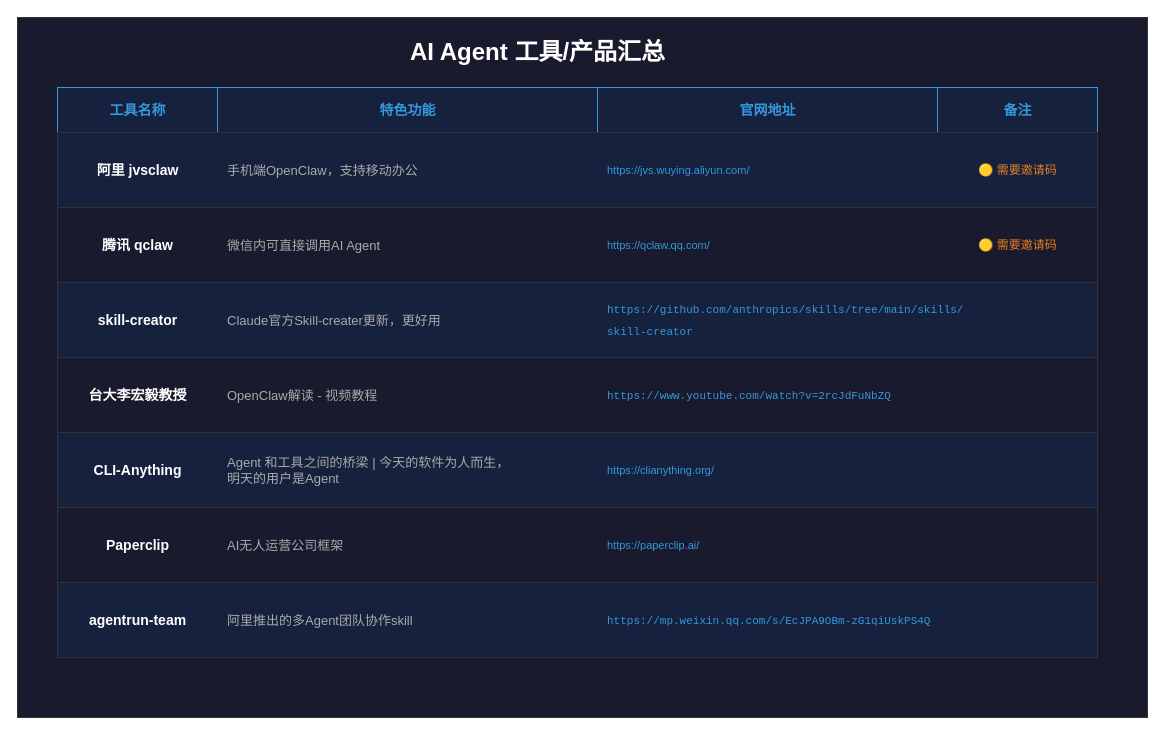
Above: .opencode/skills/xml-diagram/templates/analysis/decision-matrix.drawio in BeWaterMyFriend7/SKILL-PROJECT (draw.io), before the change. Source tidied: cells renumbered, new cells numbered last; positions are measured from the earlier drawing's top-left corner, leaving out a move shared by most shapes. Both pictures are drawn from the tidied source at 100%, with x=0, y=0 at pixel (17, 17).
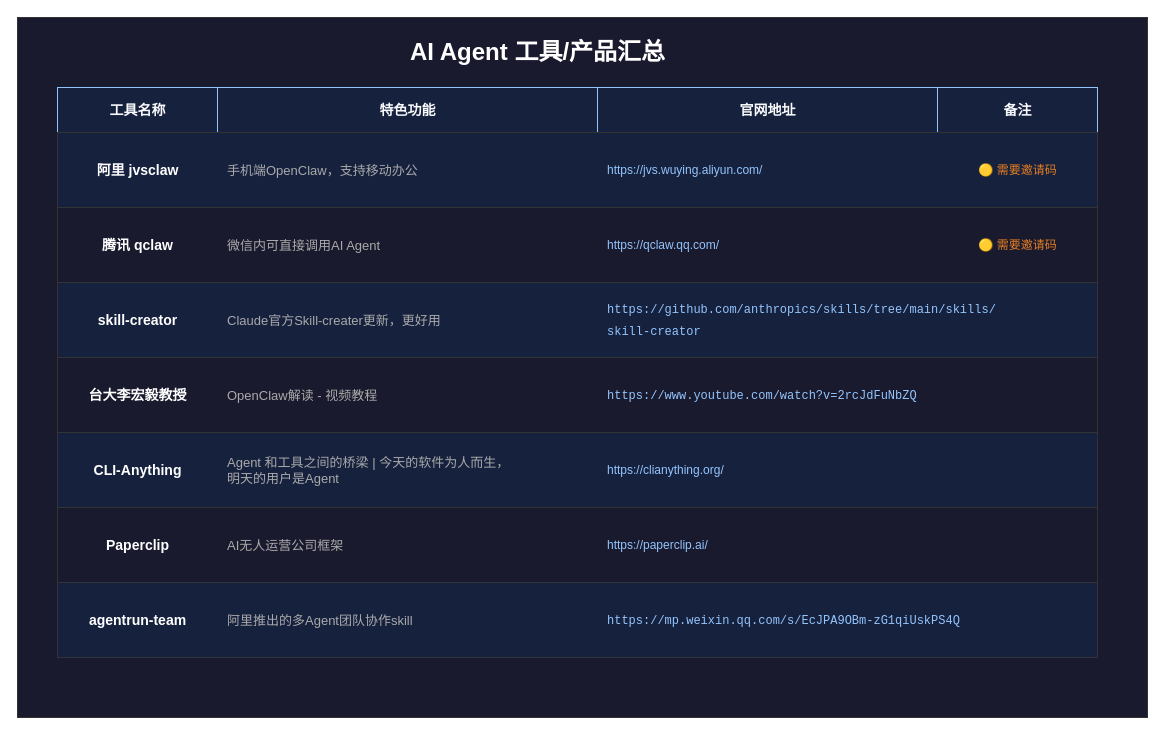
After the change.

Change to the diagram source:
```diff
@@
-    <mxCell id="4" value="工具名称" style="text;html=1;strokeColor=#3498db;fillColor=#16213e;align=center;verticalAlign=middle;whiteSpace=wrap=1;rounded=0;fontSize=14;fontStyle=1;fontColor=#3498db;" parent="1" vertex="1">
+    <mxCell id="4" value="工具名称" style="text;html=1;strokeColor=#93C5FD;fillColor=#16213e;align=center;verticalAlign=middle;whiteSpace=wrap=1;rounded=0;fontSize=14;fontStyle=1;fontColor=#F8FAFC;" parent="1" vertex="1">
       <mxGeometry x="40" y="70" width="160" height="45" as="geometry" />
     </mxCell>
-    <mxCell id="5" value="特色功能" style="text;html=1;strokeColor=#3498db;fillColor=#16213e;align=center;verticalAlign=middle;whiteSpace=wrap=1;rounded=0;fontSize=14;fontStyle=1;fontColor=#3498db;" parent="1" vertex="1">
+    <mxCell id="5" value="特色功能" style="text;html=1;strokeColor=#93C5FD;fillColor=#16213e;align=center;verticalAlign=middle;whiteSpace=wrap=1;rounded=0;fontSize=14;fontStyle=1;fontColor=#F8FAFC;" parent="1" vertex="1">
       <mxGeometry x="200" y="70" width="380" height="45" as="geometry" />
     </mxCell>
-    <mxCell id="6" value="官网地址" style="text;html=1;strokeColor=#3498db;fillColor=#16213e;align=center;verticalAlign=middle;whiteSpace=wrap=1;rounded=0;fontSize=14;fontStyle=1;fontColor=#3498db;" parent="1" vertex="1">
+    <mxCell id="6" value="官网地址" style="text;html=1;strokeColor=#93C5FD;fillColor=#16213e;align=center;verticalAlign=middle;whiteSpace=wrap=1;rounded=0;fontSize=14;fontStyle=1;fontColor=#F8FAFC;" parent="1" vertex="1">
       <mxGeometry x="580" y="70" width="340" height="45" as="geometry" />
     </mxCell>
-    <mxCell id="7" value="备注" style="text;html=1;strokeColor=#3498db;fillColor=#16213e;align=center;verticalAlign=middle;whiteSpace=wrap=1;rounded=0;fontSize=14;fontStyle=1;fontColor=#3498db;" parent="1" vertex="1">
+    <mxCell id="7" value="备注" style="text;html=1;strokeColor=#93C5FD;fillColor=#16213e;align=center;verticalAlign=middle;whiteSpace=wrap=1;rounded=0;fontSize=14;fontStyle=1;fontColor=#F8FAFC;" parent="1" vertex="1">
       <mxGeometry x="920" y="70" width="160" height="45" as="geometry" />
     </mxCell>
@@
-    <mxCell id="11" value="https://jvs.wuying.aliyun.com/" style="text;html=1;strokeColor=none;fillColor=none;align=left;verticalAlign=middle;whiteSpace=wrap=1;rounded=0;fontSize=11;fontColor=#3498DB;spacingLeft=8;" parent="1" vertex="1">
+    <mxCell id="11" value="https://jvs.wuying.aliyun.com/" style="text;html=1;strokeColor=none;fillColor=none;align=left;verticalAlign=middle;whiteSpace=wrap=1;rounded=0;fontSize=12;fontColor=#93C5FD;spacingLeft=8;" parent="1" vertex="1">
       <mxGeometry x="580" y="115" width="340" height="75" as="geometry" />
     </mxCell>
@@
-    <mxCell id="16" value="https://qclaw.qq.com/" style="text;html=1;strokeColor=none;fillColor=none;align=left;verticalAlign=middle;whiteSpace=wrap=1;rounded=0;fontSize=11;fontColor=#3498db;spacingLeft=8;" parent="1" vertex="1">
+    <mxCell id="16" value="https://qclaw.qq.com/" style="text;html=1;strokeColor=none;fillColor=none;align=left;verticalAlign=middle;whiteSpace=wrap=1;rounded=0;fontSize=12;fontColor=#93C5FD;spacingLeft=8;" parent="1" vertex="1">
       <mxGeometry x="580" y="190" width="340" height="75" as="geometry" />
     </mxCell>
@@
-    <mxCell id="21" value="&lt;div style=&quot;font-family: Consolas, &amp;quot;Courier New&amp;quot;, monospace; line-height: 22px; white-space-collapse: preserve;&quot;&gt;&lt;span&gt;https://github.com/anthropics/skills/tree/main/skills/&lt;/span&gt;&lt;/div&gt;&lt;div style=&quot;font-family: Consolas, &amp;quot;Courier New&amp;quot;, monospace; line-height: 22px; white-space-collapse: preserve;&quot;&gt;&lt;span&gt;skill-creator&lt;/span&gt;&lt;/div&gt;" style="text;html=1;strokeColor=none;fillColor=none;align=left;verticalAlign=middle;rounded=0;fontSize=11;fontColor=#3498DB;spacingLeft=8;whiteSpace=wrap;" parent="1" vertex="1">
+    <mxCell id="21" value="&lt;div style=&quot;font-family: Consolas, &amp;quot;Courier New&amp;quot;, monospace; line-height: 22px; white-space-collapse: preserve;&quot;&gt;&lt;span&gt;https://github.com/anthropics/skills/tree/main/skills/&lt;/span&gt;&lt;/div&gt;&lt;div style=&quot;font-family: Consolas, &amp;quot;Courier New&amp;quot;, monospace; line-height: 22px; white-space-collapse: preserve;&quot;&gt;&lt;span&gt;skill-creator&lt;/span&gt;&lt;/div&gt;" style="text;html=1;strokeColor=none;fillColor=none;align=left;verticalAlign=middle;rounded=0;fontSize=12;fontColor=#93C5FD;spacingLeft=8;whiteSpace=wrap;" parent="1" vertex="1">
       <mxGeometry x="580" y="265" width="340" height="75" as="geometry" />
     </mxCell>
@@
-    <mxCell id="26" value="&lt;div style=&quot;font-family: Consolas, &amp;quot;Courier New&amp;quot;, monospace; line-height: 22px; white-space-collapse: preserve;&quot;&gt;&lt;span&gt;https://www.youtube.com/watch?v=2rcJdFuNbZQ &lt;/span&gt;&lt;/div&gt;" style="text;html=1;strokeColor=none;fillColor=none;align=left;verticalAlign=middle;whiteSpace=wrap=1;rounded=0;fontSize=11;fontColor=#3498DB;spacingLeft=8;" parent="1" vertex="1">
+    <mxCell id="26" value="&lt;div style=&quot;font-family: Consolas, &amp;quot;Courier New&amp;quot;, monospace; line-height: 22px; white-space-collapse: preserve;&quot;&gt;&lt;span&gt;https://www.youtube.com/watch?v=2rcJdFuNbZQ &lt;/span&gt;&lt;/div&gt;" style="text;html=1;strokeColor=none;fillColor=none;align=left;verticalAlign=middle;whiteSpace=wrap=1;rounded=0;fontSize=12;fontColor=#93C5FD;spacingLeft=8;" parent="1" vertex="1">
       <mxGeometry x="580" y="340" width="340" height="75" as="geometry" />
     </mxCell>
@@
-    <mxCell id="31" value="https://clianything.org/" style="text;html=1;strokeColor=none;fillColor=none;align=left;verticalAlign=middle;whiteSpace=wrap=1;rounded=0;fontSize=11;fontColor=#3498DB;spacingLeft=8;" parent="1" vertex="1">
+    <mxCell id="31" value="https://clianything.org/" style="text;html=1;strokeColor=none;fillColor=none;align=left;verticalAlign=middle;whiteSpace=wrap=1;rounded=0;fontSize=12;fontColor=#93C5FD;spacingLeft=8;" parent="1" vertex="1">
       <mxGeometry x="580" y="415" width="340" height="75" as="geometry" />
     </mxCell>
@@
-    <mxCell id="36" value="https://paperclip.ai/" style="text;html=1;strokeColor=none;fillColor=none;align=left;verticalAlign=middle;whiteSpace=wrap=1;rounded=0;fontSize=11;fontColor=#3498DB;spacingLeft=8;" parent="1" vertex="1">
+    <mxCell id="36" value="https://paperclip.ai/" style="text;html=1;strokeColor=none;fillColor=none;align=left;verticalAlign=middle;whiteSpace=wrap=1;rounded=0;fontSize=12;fontColor=#93C5FD;spacingLeft=8;" parent="1" vertex="1">
       <mxGeometry x="580" y="490" width="340" height="75" as="geometry" />
     </mxCell>
@@
-    <mxCell id="41" value="&lt;div style=&quot;font-family: Consolas, &amp;quot;Courier New&amp;quot;, monospace; line-height: 22px; white-space-collapse: preserve;&quot;&gt;&lt;span&gt;https://mp.weixin.qq.com/s/EcJPA9OBm-zG1qiUskPS4Q &amp;nbsp; &lt;/span&gt;&lt;/div&gt;" style="text;html=1;strokeColor=none;fillColor=none;align=left;verticalAlign=middle;whiteSpace=wrap=1;rounded=0;fontSize=11;fontColor=#3498DB;spacingLeft=8;" parent="1" vertex="1">
+    <mxCell id="41" value="&lt;div style=&quot;font-family: Consolas, &amp;quot;Courier New&amp;quot;, monospace; line-height: 22px; white-space-collapse: preserve;&quot;&gt;&lt;span&gt;https://mp.weixin.qq.com/s/EcJPA9OBm-zG1qiUskPS4Q &amp;nbsp; &lt;/span&gt;&lt;/div&gt;" style="text;html=1;strokeColor=none;fillColor=none;align=left;verticalAlign=middle;whiteSpace=wrap=1;rounded=0;fontSize=12;fontColor=#93C5FD;spacingLeft=8;" parent="1" vertex="1">
       <mxGeometry x="580" y="565" width="340" height="75" as="geometry" />
     </mxCell>
```
